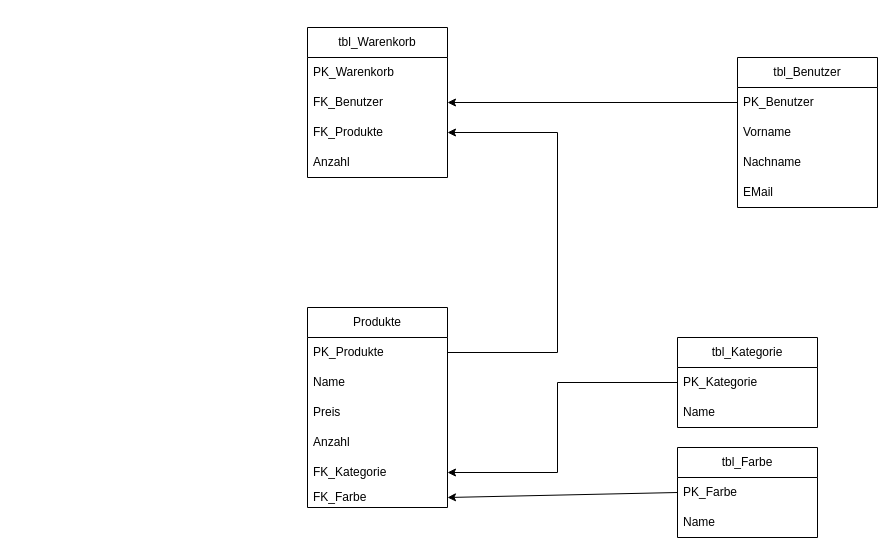
Earlier version of the draw.io diagram doc/ERM.drawio (Kvvrtv/...). Source tidied: cells renumbered, new cells numbered last; positions are measured from the earlier drawing's top-left corner, leaving out a move shared by most shapes. Both pictures are drawn from the tidied source at 100%, with x=0, y=0 at pixel (307, 27).
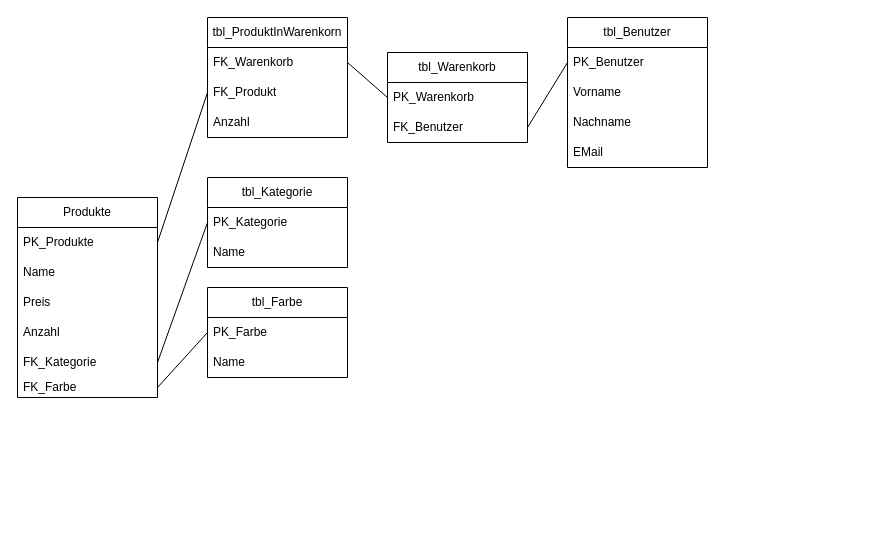
The same diagram, later.

Commit message (it also covers changes not shown here):
Zwischentabelle hinzugefügt

Unchanged cells that the change refers to:
```xml
<mxCell id="3" value="PK_Benutzer" style="text;strokeColor=none;fillColor=none;align=left;verticalAlign=middle;spacingLeft=4;spacingRight=4;overflow=hidden;points=[[0,0.5],[1,0.5]];portConstraint=eastwest;whiteSpace=wrap;html=1;" parent="2" vertex="1">
  <mxGeometry y="30" width="140" height="30" as="geometry" />
</mxCell>
<mxCell id="8" value="PK_Produkte" style="text;strokeColor=none;fillColor=none;align=left;verticalAlign=middle;spacingLeft=4;spacingRight=4;overflow=hidden;points=[[0,0.5],[1,0.5]];portConstraint=eastwest;whiteSpace=wrap;html=1;" parent="7" vertex="1">
  <mxGeometry y="30" width="140" height="30" as="geometry" />
</mxCell>
<mxCell id="12" value="FK_Kategorie" style="text;strokeColor=none;fillColor=none;align=left;verticalAlign=middle;spacingLeft=4;spacingRight=4;overflow=hidden;points=[[0,0.5],[1,0.5]];portConstraint=eastwest;whiteSpace=wrap;html=1;" parent="7" vertex="1">
  <mxGeometry y="150" width="140" height="30" as="geometry" />
</mxCell>
<mxCell id="13" value="FK_Farbe" style="text;strokeColor=none;fillColor=none;align=left;verticalAlign=middle;spacingLeft=4;spacingRight=4;overflow=hidden;points=[[0,0.5],[1,0.5]];portConstraint=eastwest;whiteSpace=wrap;html=1;" parent="7" vertex="1">
  <mxGeometry y="180" width="140" height="20" as="geometry" />
</mxCell>
<mxCell id="15" value="PK_Kategorie" style="text;strokeColor=none;fillColor=none;align=left;verticalAlign=middle;spacingLeft=4;spacingRight=4;overflow=hidden;points=[[0,0.5],[1,0.5]];portConstraint=eastwest;whiteSpace=wrap;html=1;" parent="14" vertex="1">
  <mxGeometry y="30" width="140" height="30" as="geometry" />
</mxCell>
<mxCell id="18" value="PK_Farbe" style="text;strokeColor=none;fillColor=none;align=left;verticalAlign=middle;spacingLeft=4;spacingRight=4;overflow=hidden;points=[[0,0.5],[1,0.5]];portConstraint=eastwest;whiteSpace=wrap;html=1;" parent="17" vertex="1">
  <mxGeometry y="30" width="140" height="30" as="geometry" />
</mxCell>
<mxCell id="21" value="PK_Warenkorb" style="text;strokeColor=none;fillColor=none;align=left;verticalAlign=middle;spacingLeft=4;spacingRight=4;overflow=hidden;points=[[0,0.5],[1,0.5]];portConstraint=eastwest;whiteSpace=wrap;html=1;" parent="20" vertex="1">
  <mxGeometry y="30" width="140" height="30" as="geometry" />
</mxCell>
<mxCell id="22" value="FK_Benutzer" style="text;strokeColor=none;fillColor=none;align=left;verticalAlign=middle;spacingLeft=4;spacingRight=4;overflow=hidden;points=[[0,0.5],[1,0.5]];portConstraint=eastwest;whiteSpace=wrap;html=1;" parent="20" vertex="1">
  <mxGeometry y="60" width="140" height="30" as="geometry" />
</mxCell>
```

What changed in the source:
```diff
@@
     <mxCell id="2" value="tbl_Benutzer" style="swimlane;fontStyle=0;horizontal=1;startSize=30;whiteSpace=wrap;html=1;" parent="1" vertex="1">
-      <mxGeometry x="430" y="30" width="140" height="150" as="geometry" />
+      <mxGeometry x="260" y="-10" width="140" height="150" as="geometry" />
     </mxCell>
@@
     <mxCell id="7" value="Produkte" style="swimlane;fontStyle=0;horizontal=1;startSize=30;whiteSpace=wrap;html=1;" parent="1" vertex="1">
-      <mxGeometry y="280" width="140" height="200" as="geometry" />
+      <mxGeometry x="-290" y="170" width="140" height="200" as="geometry" />
     </mxCell>
@@
     <mxCell id="14" value="tbl_Kategorie" style="swimlane;fontStyle=0;horizontal=1;startSize=30;whiteSpace=wrap;html=1;" parent="1" vertex="1">
-      <mxGeometry x="370" y="310" width="140" height="90" as="geometry" />
+      <mxGeometry x="-100" y="150" width="140" height="90" as="geometry" />
     </mxCell>
@@
     <mxCell id="17" value="tbl_Farbe" style="swimlane;fontStyle=0;horizontal=1;startSize=30;whiteSpace=wrap;html=1;" parent="1" vertex="1">
-      <mxGeometry x="370" y="420" width="140" height="90" as="geometry" />
+      <mxGeometry x="-100" y="260" width="140" height="90" as="geometry" />
     </mxCell>
@@
     <mxCell id="20" value="tbl_Warenkorb" style="swimlane;fontStyle=0;horizontal=1;startSize=30;whiteSpace=wrap;html=1;" parent="1" vertex="1">
-      <mxGeometry width="140" height="150" as="geometry" />
+      <mxGeometry x="80" y="25" width="140" height="90" as="geometry" />
     </mxCell>
@@
-    <mxCell id="23" value="FK_Produkte" style="text;strokeColor=none;fillColor=none;align=left;verticalAlign=middle;spacingLeft=4;spacingRight=4;overflow=hidden;points=[[0,0.5],[1,0.5]];portConstraint=eastwest;whiteSpace=wrap;html=1;" parent="20" vertex="1">
-      <mxGeometry y="90" width="140" height="30" as="geometry" />
-    </mxCell>
+    <mxCell id="29" value="tbl_ProduktInWarenkorn" style="swimlane;fontStyle=0;horizontal=1;startSize=30;whiteSpace=wrap;html=1;" parent="1" vertex="1">
+      <mxGeometry x="-100" y="-10" width="140" height="120" as="geometry" />
+    </mxCell>
+    <mxCell id="30" value="FK_Warenkorb" style="text;strokeColor=none;fillColor=none;align=left;verticalAlign=middle;spacingLeft=4;spacingRight=4;overflow=hidden;points=[[0,0.5],[1,0.5]];portConstraint=eastwest;whiteSpace=wrap;html=1;" parent="29" vertex="1">
+      <mxGeometry y="30" width="140" height="30" as="geometry" />
+    </mxCell>
+    <mxCell id="31" value="FK_Produkt" style="text;strokeColor=none;fillColor=none;align=left;verticalAlign=middle;spacingLeft=4;spacingRight=4;overflow=hidden;points=[[0,0.5],[1,0.5]];portConstraint=eastwest;whiteSpace=wrap;html=1;" parent="29" vertex="1">
+      <mxGeometry y="60" width="140" height="30" as="geometry" />
+    </mxCell>
-    <mxCell id="24" value="Anzahl" style="text;strokeColor=none;fillColor=none;align=left;verticalAlign=middle;spacingLeft=4;spacingRight=4;overflow=hidden;whiteSpace=wrap;html=1;" parent="20" vertex="1">
-      <mxGeometry y="120" width="140" height="30" as="geometry" />
+    <mxCell id="24" value="Anzahl" style="text;strokeColor=none;fillColor=none;align=left;verticalAlign=middle;spacingLeft=4;spacingRight=4;overflow=hidden;whiteSpace=wrap;html=1;" parent="29" vertex="1">
+      <mxGeometry y="90" width="140" height="30" as="geometry" />
     </mxCell>
-    <mxCell id="25" style="edgeStyle=none;rounded=0;jettySize=auto;html=1;exitX=0;exitY=0.5;exitDx=0;exitDy=0;entryX=1;entryY=0.5;entryDx=0;entryDy=0;startArrow=none;startFill=0;endArrow=classic;endFill=1;" parent="1" edge="1" source="3" target="22">
-      <mxGeometry relative="1" as="geometry" />
-    </mxCell>
-    <mxCell id="26" style="edgeStyle=none;rounded=0;jettySize=auto;html=1;exitX=0;exitY=0.5;exitDx=0;exitDy=0;startArrow=none;startFill=0;endArrow=classic;endFill=1;jumpStyle=sharp;entryX=1;entryY=0.5;entryDx=0;entryDy=0;" parent="1" edge="1" source="15" target="12">
-      <mxGeometry relative="1" as="geometry">
-        <Array as="points">
-          <mxPoint x="250" y="355" />
-          <mxPoint x="250" y="445" />
-        </Array>
-      </mxGeometry>
-    </mxCell>
+    <mxCell id="32" style="edgeStyle=none;rounded=0;jumpStyle=sharp;jettySize=auto;html=1;exitX=1;exitY=0.5;exitDx=0;exitDy=0;entryX=0;entryY=0.5;entryDx=0;entryDy=0;startArrow=none;startFill=0;endArrow=none;endFill=0;" parent="1" edge="1" source="22" target="3">
+      <mxGeometry relative="1" as="geometry" />
+    </mxCell>
+    <mxCell id="33" style="edgeStyle=none;rounded=0;jumpStyle=sharp;jettySize=auto;html=1;exitX=0;exitY=0.5;exitDx=0;exitDy=0;entryX=1;entryY=0.5;entryDx=0;entryDy=0;startArrow=none;startFill=0;endArrow=none;endFill=0;" parent="1" edge="1" source="21" target="30">
+      <mxGeometry relative="1" as="geometry" />
+    </mxCell>
+    <mxCell id="34" style="edgeStyle=none;rounded=0;jumpStyle=sharp;jettySize=auto;html=1;exitX=0;exitY=0.5;exitDx=0;exitDy=0;entryX=1;entryY=0.5;entryDx=0;entryDy=0;startArrow=none;startFill=0;endArrow=none;endFill=0;" parent="1" edge="1" source="31" target="8">
+      <mxGeometry relative="1" as="geometry" />
+    </mxCell>
+    <mxCell id="35" style="edgeStyle=none;rounded=0;jumpStyle=sharp;jettySize=auto;html=1;exitX=1;exitY=0.5;exitDx=0;exitDy=0;entryX=0;entryY=0.5;entryDx=0;entryDy=0;startArrow=none;startFill=0;endArrow=none;endFill=0;" parent="1" edge="1" source="12" target="15">
+      <mxGeometry relative="1" as="geometry" />
+    </mxCell>
-    <mxCell id="27" style="edgeStyle=none;rounded=0;jettySize=auto;html=1;exitX=0;exitY=0.5;exitDx=0;exitDy=0;entryX=1;entryY=0.5;entryDx=0;entryDy=0;startArrow=none;startFill=0;endArrow=classic;endFill=1;" parent="1" edge="1" source="18" target="13">
+    <mxCell id="27" style="edgeStyle=none;rounded=0;jumpStyle=sharp;jettySize=auto;html=1;exitX=0;exitY=0.5;exitDx=0;exitDy=0;entryX=1;entryY=0.5;entryDx=0;entryDy=0;startArrow=none;startFill=0;endArrow=none;endFill=0;" parent="1" edge="1" source="18" target="13">
       <mxGeometry relative="1" as="geometry" />
     </mxCell>
-    <mxCell id="28" style="edgeStyle=none;rounded=0;jettySize=auto;html=1;exitX=1;exitY=0.5;exitDx=0;exitDy=0;entryX=1;entryY=0.5;entryDx=0;entryDy=0;startArrow=none;startFill=0;endArrow=classic;endFill=1;jumpStyle=sharp;" parent="1" edge="1" source="8" target="23">
-      <mxGeometry relative="1" as="geometry">
-        <Array as="points">
-          <mxPoint x="250" y="325" />
-          <mxPoint x="250" y="220" />
-          <mxPoint x="250" y="105" />
-        </Array>
-      </mxGeometry>
-    </mxCell>
```
